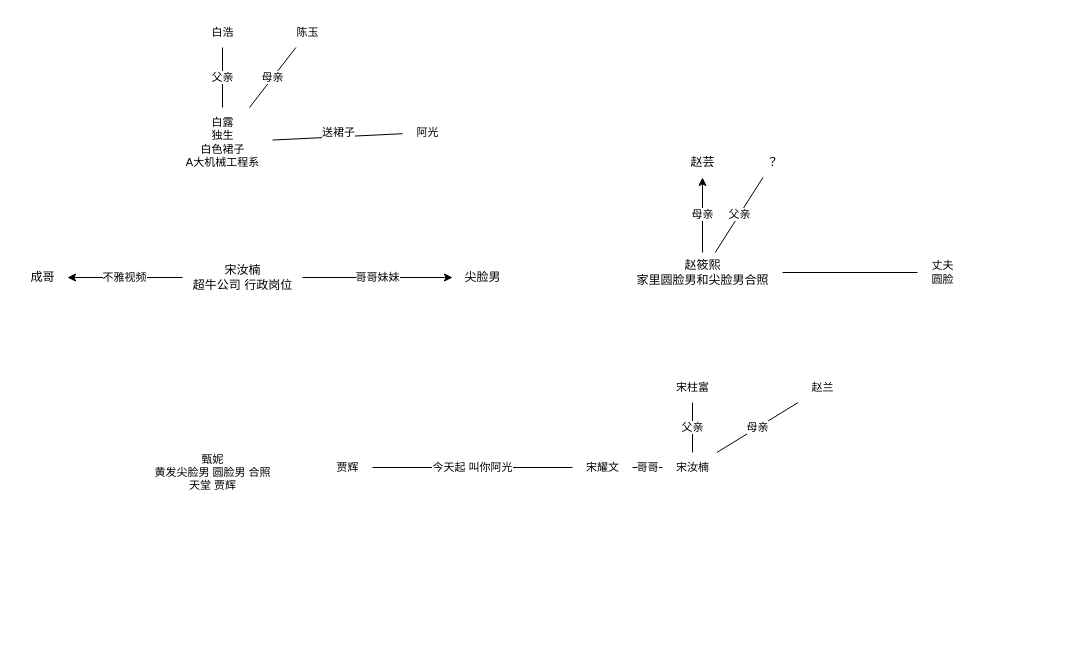
The draw.io diagram 寻人启事 人物关系图.drawio in luboq/draw.io, before the edit. Source tidied: cells renumbered, new cells numbered last; positions are measured from the earlier drawing's top-left corner, leaving out a move shared by most shapes. Both pictures are drawn from the tidied source at 100%, with x=0, y=0 at pixel (17, 17).
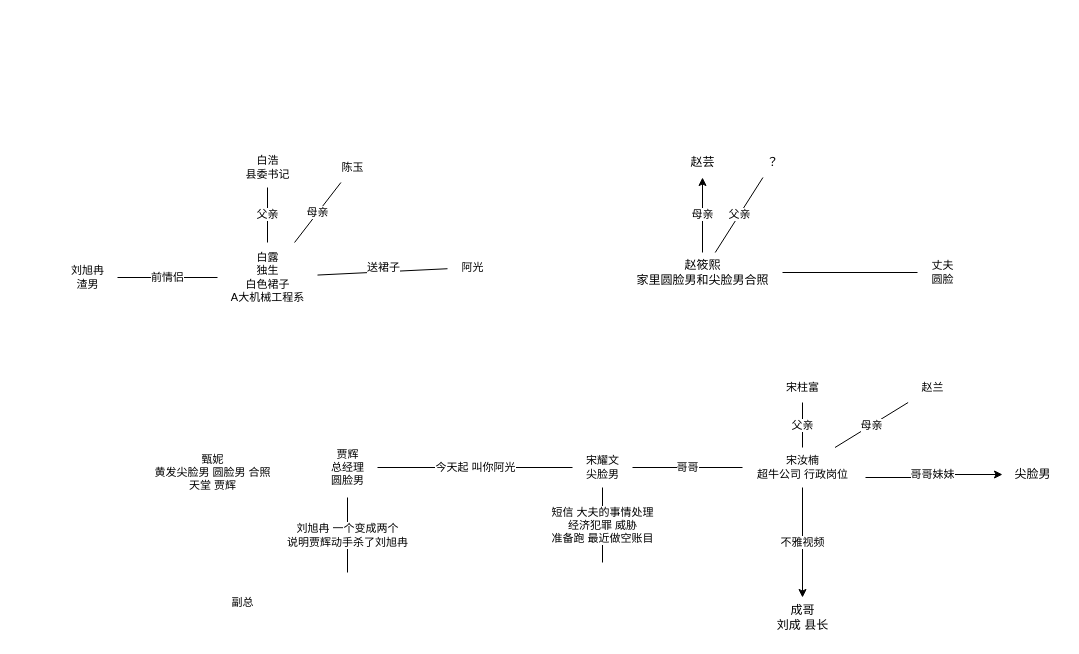
The same diagram, later.

Commit message:
更新寻人启事 人物关系图.drawio

What changed in the source:
```diff
@@
-    <mxCell id="2" value="哥哥妹妹" style="edgeStyle=orthogonalEdgeStyle;rounded=0;jettySize=auto;html=1;" parent="1" edge="1" source="4" target="5">
+    <mxCell id="2" value="哥哥妹妹" style="edgeStyle=orthogonalEdgeStyle;rounded=0;jettySize=auto;html=1;exitX=1.025;exitY=0.75;exitDx=0;exitDy=0;exitPerimeter=0;" parent="1" edge="1" source="18" target="5">
       <mxGeometry relative="1" as="geometry" />
     </mxCell>
-    <mxCell id="3" value="不雅视频" style="edgeStyle=orthogonalEdgeStyle;rounded=0;jettySize=auto;html=1;" parent="1" edge="1" source="4" target="6">
+    <mxCell id="3" value="不雅视频" style="edgeStyle=orthogonalEdgeStyle;rounded=0;jettySize=auto;html=1;" parent="1" edge="1" source="18" target="6">
       <mxGeometry relative="1" as="geometry" />
     </mxCell>
-    <mxCell id="4" value="宋汝楠&lt;br&gt;超牛公司 行政岗位" style="text;html=1;align=center;verticalAlign=middle;points=[];strokeColor=none;fillColor=none;" parent="1" vertex="1">
-      <mxGeometry x="165" y="240" width="120" height="40" as="geometry" />
-    </mxCell>
     <mxCell id="5" value="尖脸男" style="text;html=1;align=center;verticalAlign=middle;points=[];strokeColor=none;fillColor=none;" parent="1" vertex="1">
-      <mxGeometry x="435" y="245" width="60" height="30" as="geometry" />
+      <mxGeometry x="985" y="442" width="60" height="30" as="geometry" />
     </mxCell>
-    <mxCell id="6" value="成哥" style="text;html=1;align=center;verticalAlign=middle;points=[];strokeColor=none;fillColor=none;" parent="1" vertex="1">
-      <mxGeometry y="245" width="50" height="30" as="geometry" />
+    <mxCell id="6" value="成哥&lt;br&gt;刘成 县长" style="text;html=1;align=center;verticalAlign=middle;points=[];strokeColor=none;fillColor=none;" parent="1" vertex="1">
+      <mxGeometry x="750" y="580" width="70" height="40" as="geometry" />
     </mxCell>
@@
+    <mxCell id="31" value="前情侣" style="edgeStyle=none;shape=connector;rounded=0;jettySize=auto;html=1;labelBackgroundColor=default;strokeColor=default;fontFamily=Helvetica;fontSize=11;fontColor=default;endArrow=none;endFill=0;" parent="1" edge="1" source="14" target="36">
+      <mxGeometry relative="1" as="geometry" />
+    </mxCell>
     <mxCell id="14" value="白露&lt;br&gt;独生&lt;br&gt;白色裙子&lt;br&gt;A大机械工程系" style="text;html=1;align=center;verticalAlign=middle;points=[];strokeColor=none;fillColor=none;fontSize=11;fontFamily=Helvetica;fontColor=default;" parent="1" vertex="1">
-      <mxGeometry x="155" y="90" width="100" height="70" as="geometry" />
+      <mxGeometry x="200" y="225" width="100" height="70" as="geometry" />
     </mxCell>
-    <mxCell id="15" value="白浩" style="text;html=1;align=center;verticalAlign=middle;points=[];strokeColor=none;fillColor=none;fontSize=11;fontFamily=Helvetica;fontColor=default;" parent="1" vertex="1">
-      <mxGeometry x="180" width="50" height="30" as="geometry" />
+    <mxCell id="15" value="白浩&lt;br&gt;县委书记" style="text;html=1;align=center;verticalAlign=middle;points=[];strokeColor=none;fillColor=none;fontSize=11;fontFamily=Helvetica;fontColor=default;" parent="1" vertex="1">
+      <mxGeometry x="215" y="130" width="70" height="40" as="geometry" />
     </mxCell>
@@
     <mxCell id="17" value="陈玉" style="text;html=1;align=center;verticalAlign=middle;points=[];strokeColor=none;fillColor=none;fontSize=11;fontFamily=Helvetica;fontColor=default;" parent="1" vertex="1">
-      <mxGeometry x="265" width="50" height="30" as="geometry" />
+      <mxGeometry x="310" y="135" width="50" height="30" as="geometry" />
     </mxCell>
-    <mxCell id="18" value="宋汝楠" style="text;html=1;align=center;verticalAlign=middle;points=[];strokeColor=none;fillColor=none;fontSize=11;fontFamily=Helvetica;fontColor=default;" parent="1" vertex="1">
-      <mxGeometry x="645" y="435" width="60" height="30" as="geometry" />
+    <mxCell id="18" value="宋汝楠&lt;br&gt;超牛公司 行政岗位" style="text;html=1;align=center;verticalAlign=middle;points=[];strokeColor=none;fillColor=none;fontSize=11;fontFamily=Helvetica;fontColor=default;" parent="1" vertex="1">
+      <mxGeometry x="725" y="430" width="120" height="40" as="geometry" />
     </mxCell>
@@
     <mxCell id="20" value="宋柱富" style="text;html=1;align=center;verticalAlign=middle;points=[];strokeColor=none;fillColor=none;fontSize=11;fontFamily=Helvetica;fontColor=default;" parent="1" vertex="1">
-      <mxGeometry x="645" y="355" width="60" height="30" as="geometry" />
+      <mxGeometry x="755" y="355" width="60" height="30" as="geometry" />
     </mxCell>
@@
     <mxCell id="22" value="赵兰" style="text;html=1;align=center;verticalAlign=middle;points=[];strokeColor=none;fillColor=none;fontSize=11;fontFamily=Helvetica;fontColor=default;" parent="1" vertex="1">
-      <mxGeometry x="780" y="355" width="50" height="30" as="geometry" />
+      <mxGeometry x="890" y="355" width="50" height="30" as="geometry" />
     </mxCell>
@@
+    <mxCell id="32" value="短信 大夫的事情处理&lt;br&gt;经济犯罪 威胁&lt;br&gt;准备跑 最近做空账目" style="edgeStyle=none;shape=connector;rounded=0;jettySize=auto;html=1;labelBackgroundColor=default;strokeColor=default;fontFamily=Helvetica;fontSize=11;fontColor=default;endArrow=none;endFill=0;" parent="1" edge="1" source="24">
+      <mxGeometry relative="1" as="geometry">
+        <mxPoint x="585" y="545" as="targetPoint" />
+      </mxGeometry>
+    </mxCell>
-    <mxCell id="24" value="宋耀文" style="text;html=1;align=center;verticalAlign=middle;points=[];strokeColor=none;fillColor=none;fontSize=11;fontFamily=Helvetica;fontColor=default;" parent="1" vertex="1">
-      <mxGeometry x="555" y="435" width="60" height="30" as="geometry" />
+    <mxCell id="24" value="宋耀文&lt;br&gt;尖脸男" style="text;html=1;align=center;verticalAlign=middle;points=[];strokeColor=none;fillColor=none;fontSize=11;fontFamily=Helvetica;fontColor=default;" parent="1" vertex="1">
+      <mxGeometry x="555" y="430" width="60" height="40" as="geometry" />
     </mxCell>
@@
+    <mxCell id="33" value="刘旭冉 一个变成两个&lt;br&gt;说明贾辉动手杀了刘旭冉" style="edgeStyle=none;shape=connector;rounded=0;jettySize=auto;html=1;labelBackgroundColor=default;strokeColor=default;fontFamily=Helvetica;fontSize=11;fontColor=default;endArrow=none;endFill=0;" parent="1" edge="1" source="28" target="35">
+      <mxGeometry relative="1" as="geometry" />
+    </mxCell>
-    <mxCell id="28" value="贾辉" style="text;html=1;align=center;verticalAlign=middle;points=[];strokeColor=none;fillColor=none;fontSize=11;fontFamily=Helvetica;fontColor=default;" parent="1" vertex="1">
-      <mxGeometry x="305" y="435" width="50" height="30" as="geometry" />
+    <mxCell id="28" value="贾辉&lt;br&gt;总经理&lt;br&gt;圆脸男" style="text;html=1;align=center;verticalAlign=middle;points=[];strokeColor=none;fillColor=none;fontSize=11;fontFamily=Helvetica;fontColor=default;" parent="1" vertex="1">
+      <mxGeometry x="300" y="420" width="60" height="60" as="geometry" />
     </mxCell>
@@
     <mxCell id="30" value="阿光" style="text;html=1;align=center;verticalAlign=middle;points=[];strokeColor=none;fillColor=none;fontSize=11;fontFamily=Helvetica;fontColor=default;" parent="1" vertex="1">
-      <mxGeometry x="385" y="100" width="50" height="30" as="geometry" />
+      <mxGeometry x="430" y="235" width="50" height="30" as="geometry" />
     </mxCell>
+    <mxCell id="34" value="副总" style="text;html=1;align=center;verticalAlign=middle;strokeColor=none;fillColor=none;fontSize=11;fontFamily=Helvetica;fontColor=default;" parent="1" vertex="1">
+      <mxGeometry x="200" y="570" width="50" height="30" as="geometry" />
+    </mxCell>
+    <mxCell id="35" value="&lt;br&gt;" style="text;html=1;align=center;verticalAlign=middle;points=[];strokeColor=none;fillColor=none;fontSize=11;fontFamily=Helvetica;fontColor=default;" parent="1" vertex="1">
+      <mxGeometry x="320" y="555" width="20" height="30" as="geometry" />
+    </mxCell>
+    <mxCell id="36" value="刘旭冉&lt;br&gt;渣男" style="text;html=1;align=center;verticalAlign=middle;points=[];strokeColor=none;fillColor=none;fontSize=11;fontFamily=Helvetica;fontColor=default;" parent="1" vertex="1">
+      <mxGeometry x="40" y="240" width="60" height="40" as="geometry" />
+    </mxCell>
```
